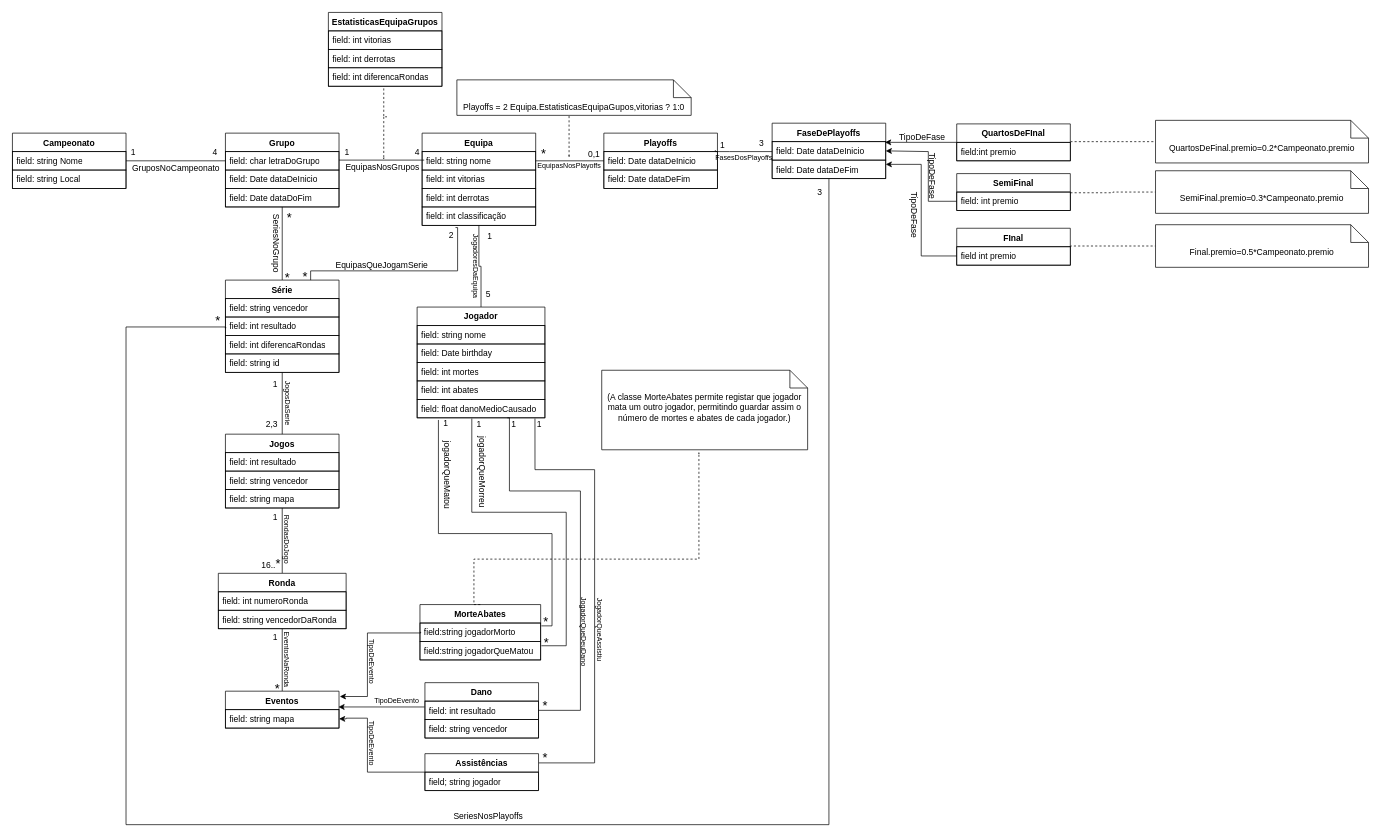
esperaumbocado/Project_BD keeps this draw.io diagram as CampeonatoCS.drawio. Above is the earlier version. Source tidied: cells renumbered, new cells numbered last; positions are measured from the earlier drawing's top-left corner, leaving out a move shared by most shapes. Both pictures are drawn from the tidied source at 71%, with x=0, y=0 at pixel (12, 12).
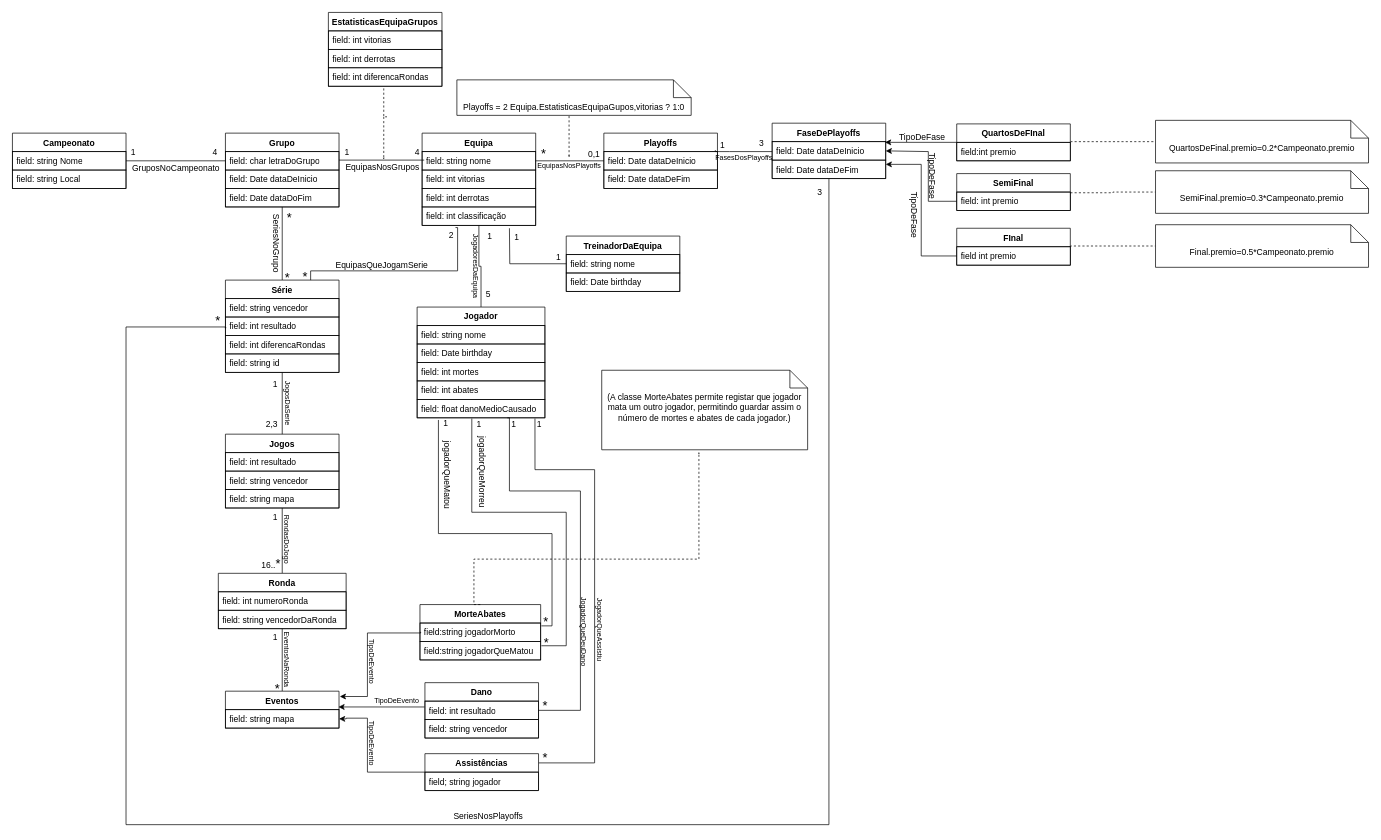
After the change.

The edit, as a diff of the source:
```diff
@@
+    <mxCell id="142" value="TreinadorDaEquipa" style="swimlane;fontStyle=1;align=center;verticalAlign=top;horizontal=1;startSize=26;whiteSpace=wrap;html=1;" parent="1" vertex="1">
+      <mxGeometry x="780" y="315" width="160" height="78" as="geometry" />
+    </mxCell>
+    <mxCell id="143" style="edgeStyle=orthogonalEdgeStyle;rounded=0;jettySize=auto;html=1;endArrow=none;endFill=0;" parent="142" edge="1" source="144">
+      <mxGeometry relative="1" as="geometry">
+        <mxPoint x="-80" y="-11" as="targetPoint" />
+      </mxGeometry>
+    </mxCell>
+    <mxCell id="144" value="field: string nome" style="text;strokeColor=default;fillColor=none;align=left;verticalAlign=top;spacingLeft=4;spacingRight=4;overflow=hidden;points=[[0,0.5],[1,0.5]];portConstraint=eastwest;whiteSpace=wrap;html=1;" parent="142" vertex="1">
+      <mxGeometry y="26" width="160" height="26" as="geometry" />
+    </mxCell>
+    <mxCell id="145" value="field: Date birthday" style="text;strokeColor=default;fillColor=none;align=left;verticalAlign=top;spacingLeft=4;spacingRight=4;overflow=hidden;whiteSpace=wrap;html=1;" parent="142" vertex="1">
+      <mxGeometry y="52" width="160" height="26" as="geometry" />
+    </mxCell>
+    <mxCell id="146" value="1" style="text;html=1;align=center;verticalAlign=middle;strokeColor=none;fillColor=none;" parent="1" vertex="1">
+      <mxGeometry x="695" y="302" width="30" height="30" as="geometry" />
+    </mxCell>
+    <mxCell id="147" value="1" style="text;html=1;align=center;verticalAlign=middle;strokeColor=none;fillColor=none;" parent="1" vertex="1">
+      <mxGeometry x="754" y="330" width="30" height="30" as="geometry" />
+    </mxCell>
```
